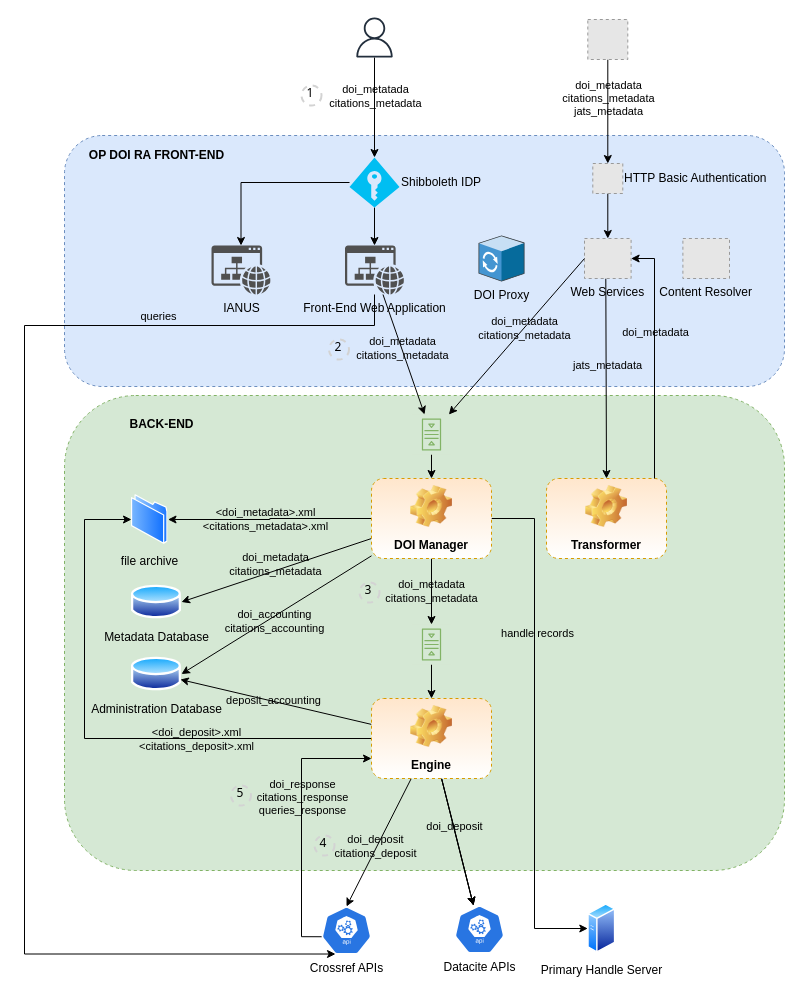
Before: op-functional-diagram.drawio in Ediser-mEDRA/OP-DOIRA, a draw.io diagram. Source tidied: cells renumbered, new cells numbered last; positions are measured from the earlier drawing's top-left corner, leaving out a move shared by most shapes. Both pictures are drawn from the tidied source at 100%, with x=0, y=0 at pixel (24, 17). Pictures stored in the file or linked from it are replaced by grey dashed boxes.
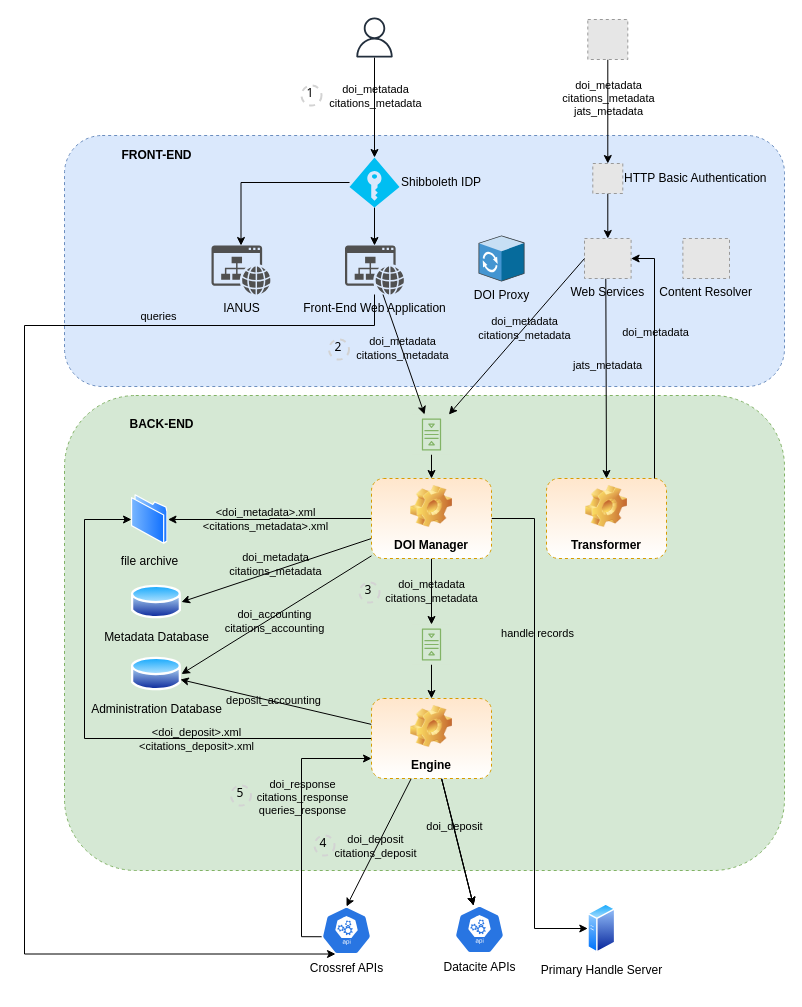
Above is the later version.

Diff of the diagram source:
```diff
@@
-    <mxCell id="66" value="OP DOI RA FRONT-END" style="text;html=1;align=center;verticalAlign=middle;strokeColor=none;fillColor=none;fontColor=#000000;fontStyle=1;" parent="1" vertex="1">
-      <mxGeometry x="56.5" y="128" width="150" height="20" as="geometry" />
+    <mxCell id="66" value="FRONT-END" style="text;html=1;align=center;verticalAlign=middle;strokeColor=none;fillColor=none;fontColor=#000000;fontStyle=1;" parent="1" vertex="1">
+      <mxGeometry x="86.5" y="128" width="90" height="20" as="geometry" />
     </mxCell>
```
